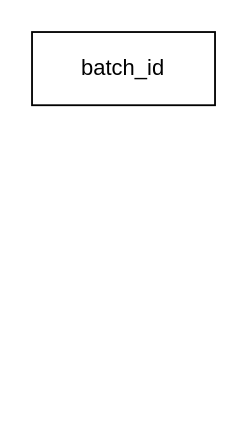
This is 数据标注.drawio from xiazi-yu/triton-server-read, a draw.io file, before an edit. Source tidied: cells renumbered, new cells numbered last; positions are measured from the earlier drawing's top-left corner, leaving out a move shared by most shapes. Both pictures are drawn from the tidied source at 183%, with x=0, y=0 at pixel (31, 31).
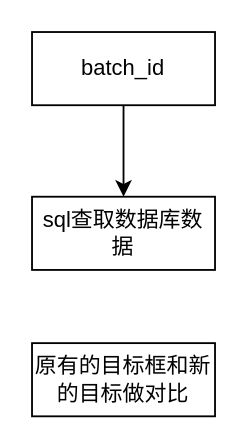
After the change.

Commit message (it also covers changes not shown here):
更新数据标注.drawio

Change to the diagram source:
```diff
@@
 <mxGraphModel>
   <root>
     <mxCell id="0" />
     <mxCell id="1" parent="0" />
+    <mxCell id="3" style="edgeStyle=orthogonalEdgeStyle;rounded=0;jettySize=auto;html=1;exitX=0.5;exitY=1;exitDx=0;exitDy=0;entryX=0.5;entryY=0;entryDx=0;entryDy=0;" parent="1" edge="1" source="2" target="4">
+      <mxGeometry relative="1" as="geometry" />
+    </mxCell>
     <mxCell id="2" value="batch_id" style="rounded=0;whiteSpace=wrap;html=1;" parent="1" vertex="1">
       <mxGeometry width="100" height="40" as="geometry" />
     </mxCell>
+    <mxCell id="4" value="sql查取数据库数据" style="rounded=0;whiteSpace=wrap;html=1;" parent="1" vertex="1">
+      <mxGeometry y="90" width="100" height="40" as="geometry" />
+    </mxCell>
+    <mxCell id="5" value="原有的目标框和新的目标做对比" style="rounded=0;whiteSpace=wrap;html=1;" parent="1" vertex="1">
+      <mxGeometry y="170" width="100" height="40" as="geometry" />
+    </mxCell>
   </root>
 </mxGraphModel>
```
